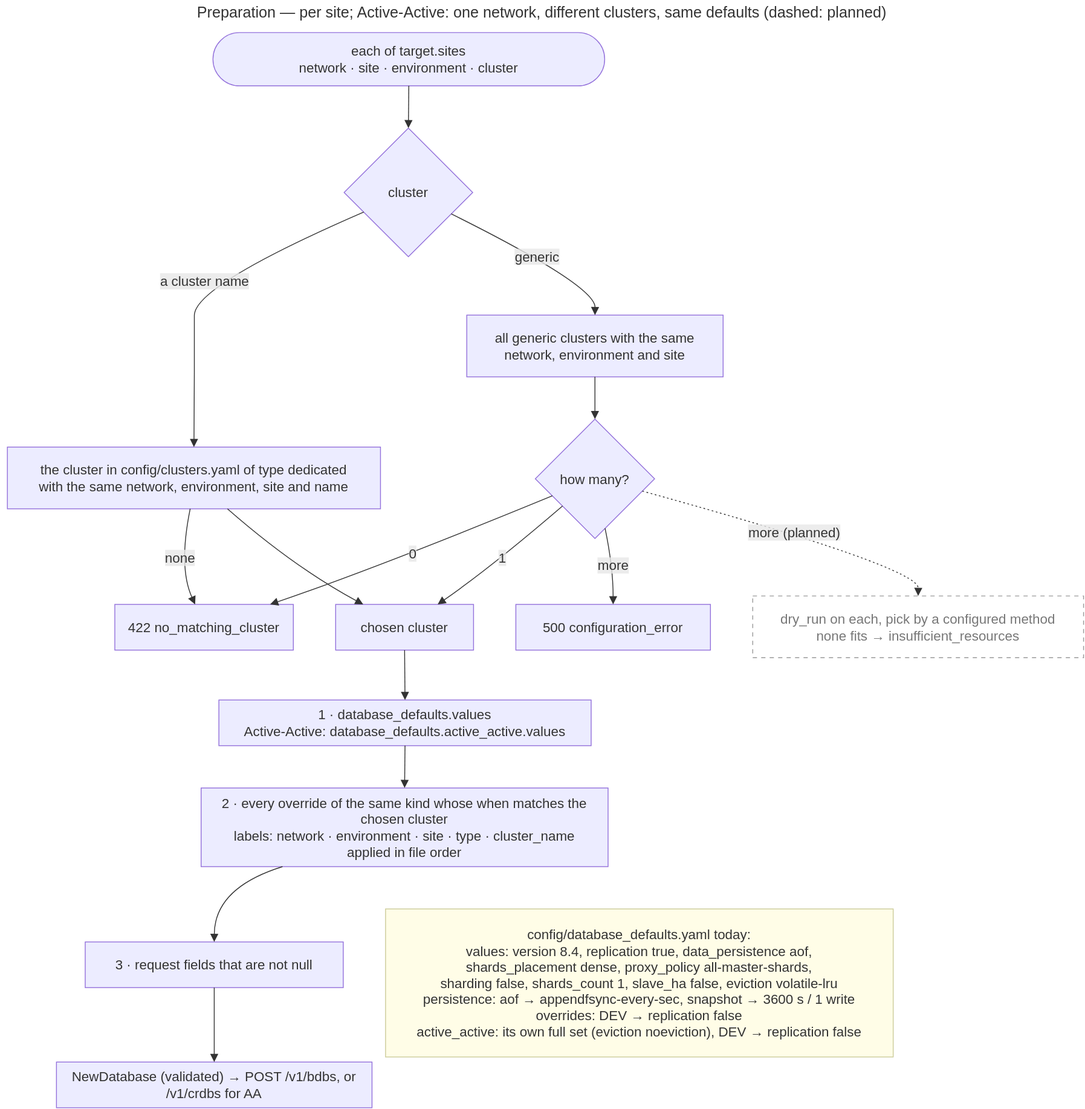
Before: docs/diagrams/13-flow-cluster-and-defaults.drawio.svg, a diagram exported from draw.io (EliShteinman/redis-enterprise-services). Source tidied: cells renumbered, new cells last; positions are measured from the earlier drawing's top-left corner, leaving out a move shared by most shapes.
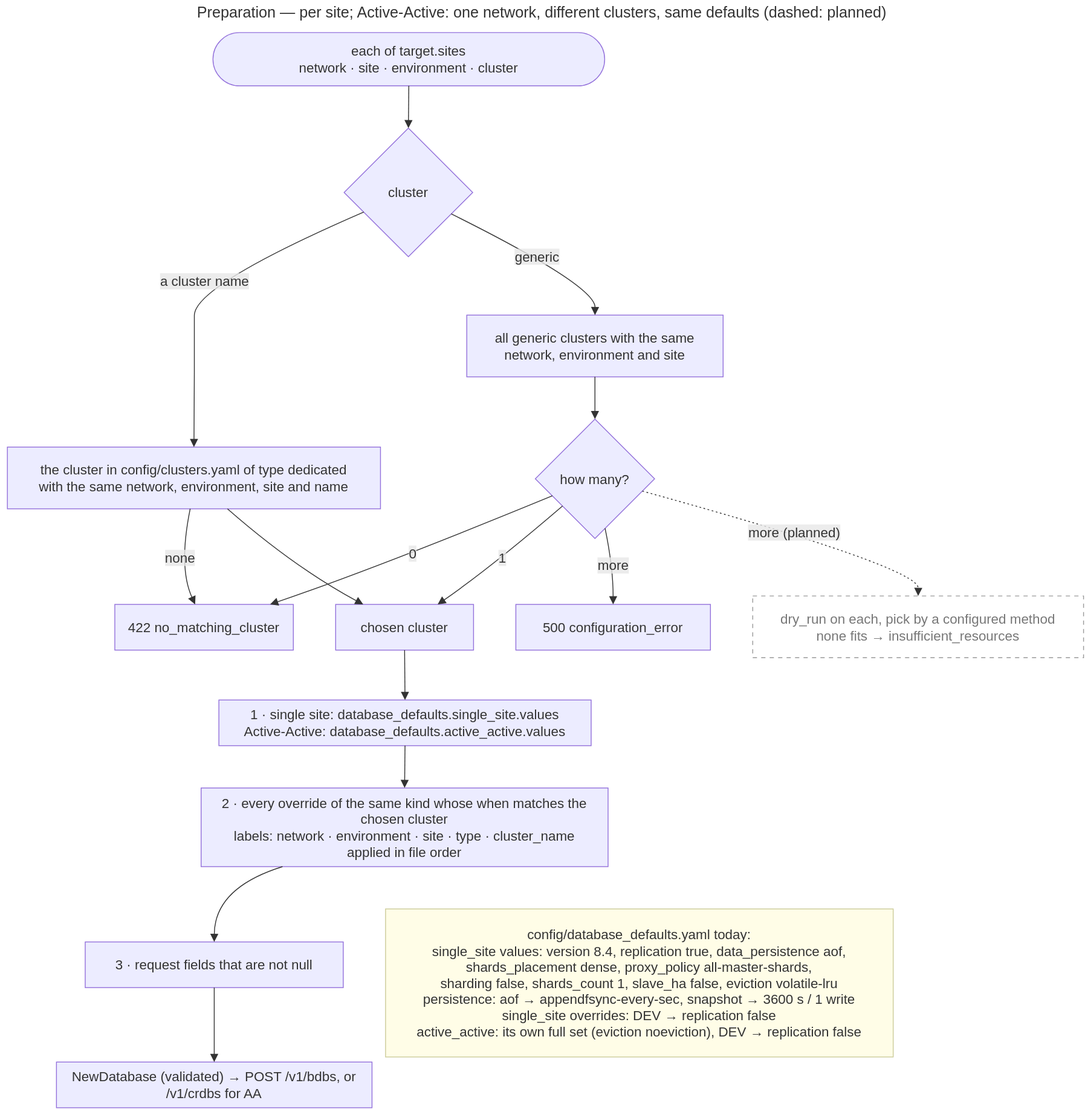
The same file after the commit.

Commit message:
docs: single-site and Active-Active defaults are two sibling sets

The edit, as a diff of the source:
```diff
@@ -29,7 +29,7 @@
     <mxCell id="10" value="dry_run on each, pick by a configured method&#10;none fits → insufficient_resources" style="html=1;whiteSpace=wrap;strokeWidth=1;fillColor=default;strokeColor=#999;fontColor=#777;fontFamily=Trebuchet MS,Verdana,Arial,sans-serif;fontSize=16;dashed=1;dashPattern=5 5;fixDash=1;" parent="1" vertex="1">
       <mxGeometry x="889" y="704" width="391" height="73" as="geometry" />
     </mxCell>
-    <mxCell id="11" value="1 · database_defaults.values&#10;Active-Active: database_defaults.active_active.values" style="html=1;whiteSpace=wrap;strokeWidth=1;fillColor=light-dark(#ECECFF,#1f2020);strokeColor=light-dark(#9370DB,#cccccc);fontColor=light-dark(#333333,#cccccc);fontFamily=Trebuchet MS,Verdana,Arial,sans-serif;fontSize=16;" parent="1" vertex="1">
+    <mxCell id="11" value="1 · single site: database_defaults.single_site.values&#10;Active-Active: database_defaults.active_active.values" style="html=1;whiteSpace=wrap;strokeWidth=1;fillColor=light-dark(#ECECFF,#1f2020);strokeColor=light-dark(#9370DB,#cccccc);fontColor=light-dark(#333333,#cccccc);fontFamily=Trebuchet MS,Verdana,Arial,sans-serif;fontSize=16;" parent="1" vertex="1">
       <mxGeometry x="258" y="827" width="440" height="54" as="geometry" />
     </mxCell>
     <mxCell id="12" value="2 · every override of the same kind whose when matches the chosen cluster&#10;labels: network · environment · site · type · cluster_name&#10;applied in file order" style="html=1;whiteSpace=wrap;strokeWidth=1;fillColor=light-dark(#ECECFF,#1f2020);strokeColor=light-dark(#9370DB,#cccccc);fontColor=light-dark(#333333,#cccccc);fontFamily=Trebuchet MS,Verdana,Arial,sans-serif;fontSize=16;" parent="1" vertex="1">
@@ -41,7 +41,7 @@
     <mxCell id="14" value="NewDatabase (validated) → POST /v1/bdbs, or /v1/crdbs for AA" style="html=1;whiteSpace=wrap;strokeWidth=1;fillColor=light-dark(#ECECFF,#1f2020);strokeColor=light-dark(#9370DB,#cccccc);fontColor=light-dark(#333333,#cccccc);fontFamily=Trebuchet MS,Verdana,Arial,sans-serif;fontSize=16;" parent="1" vertex="1">
       <mxGeometry x="66" y="1255" width="373" height="54" as="geometry" />
     </mxCell>
-    <mxCell id="15" value="config/database_defaults.yaml today:&#10;values: version 8.4, replication true, data_persistence aof,&#10;shards_placement dense, proxy_policy all-master-shards,&#10;sharding false, shards_count 1, slave_ha false, eviction volatile-lru&#10;persistence: aof → appendfsync-every-sec, snapshot → 3600 s / 1 write&#10;overrides: DEV → replication false&#10;active_active: its own full set (eviction noeviction), DEV → replication false" style="html=1;whiteSpace=wrap;strokeWidth=1;fillColor=#fffde7;strokeColor=#cccc99;fontColor=light-dark(#333333,#cccccc);fontFamily=Trebuchet MS,Verdana,Arial,sans-serif;fontSize=16;" parent="1" vertex="1">
+    <mxCell id="15" value="config/database_defaults.yaml today:&#10;single_site values: version 8.4, replication true, data_persistence aof,&#10;shards_placement dense, proxy_policy all-master-shards,&#10;sharding false, shards_count 1, slave_ha false, eviction volatile-lru&#10;persistence: aof → appendfsync-every-sec, snapshot → 3600 s / 1 write&#10;single_site overrides: DEV → replication false&#10;active_active: its own full set (eviction noeviction), DEV → replication false" style="html=1;whiteSpace=wrap;strokeWidth=1;fillColor=#fffde7;strokeColor=#cccc99;fontColor=light-dark(#333333,#cccccc);fontFamily=Trebuchet MS,Verdana,Arial,sans-serif;fontSize=16;" parent="1" vertex="1">
       <mxGeometry x="455" y="1074" width="600" height="175" as="geometry" />
     </mxCell>
     <mxCell id="16" style="curved=1;startArrow=none;endArrow=block;endSize=7;strokeColor=light-dark(#333333,#cccccc);exitX=0.5;exitY=1;entryX=0.5;entryY=0;" parent="1" edge="1" source="2" target="3">
```
